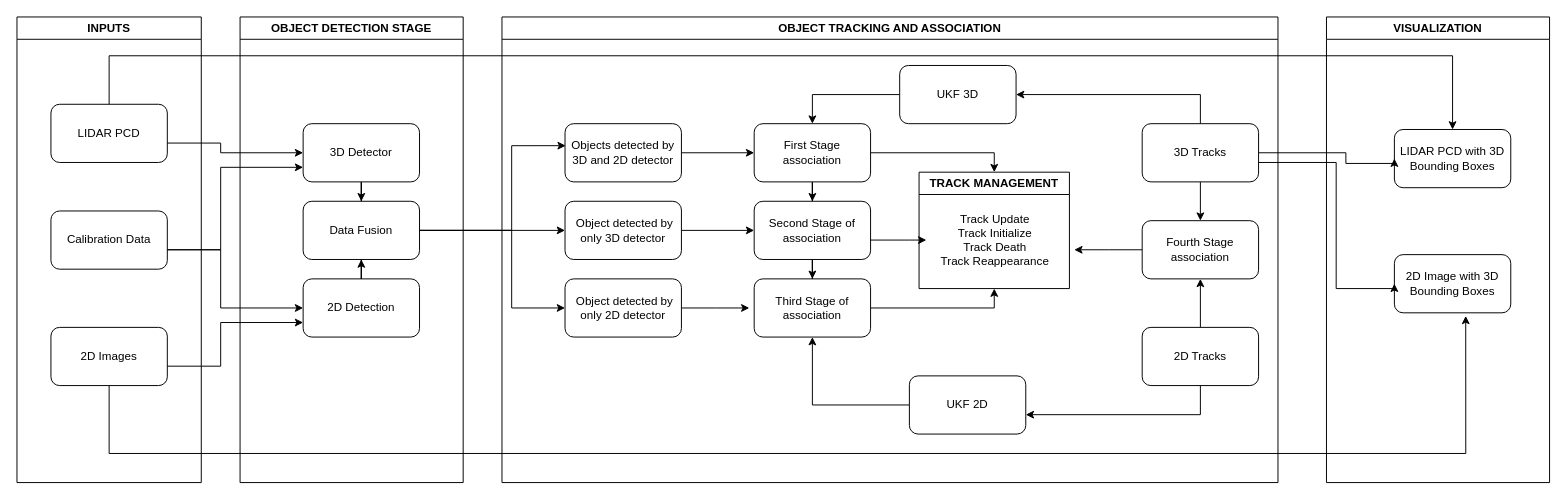
Above: Untitled Diagram.drawio in srinuSDV/jenkinsdemo (draw.io), before the change. Source tidied: cells renumbered, new cells numbered last; positions are measured from the earlier drawing's top-left corner, leaving out a move shared by most shapes. Both pictures are drawn from the tidied source at 97%, with x=0, y=0 at pixel (16, 16).
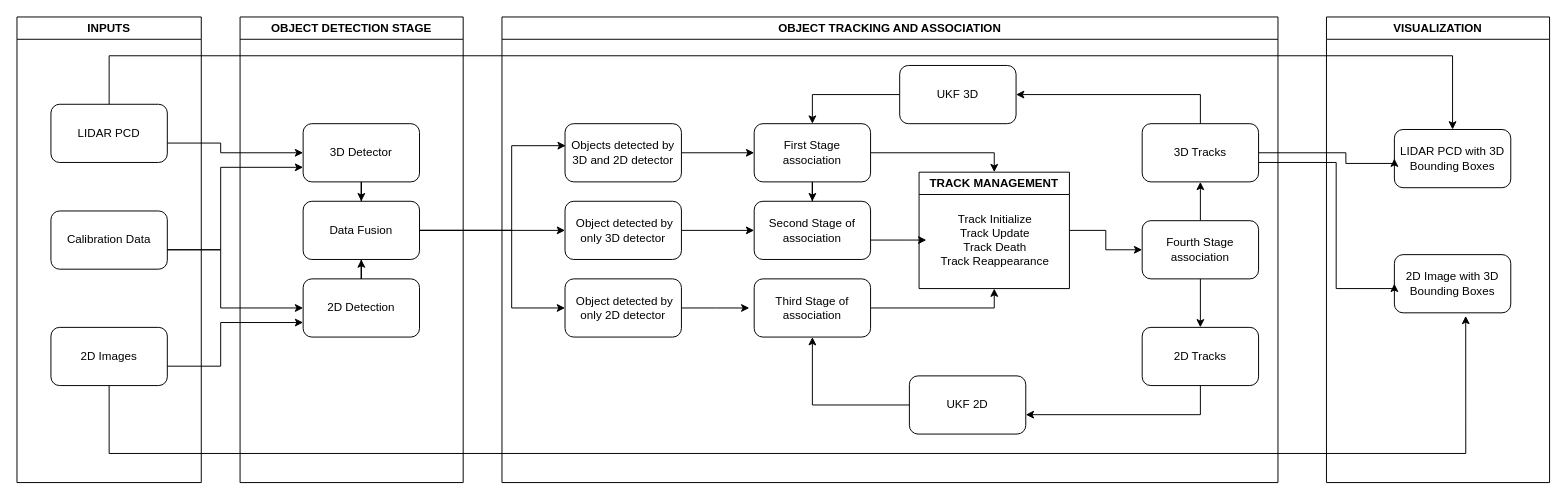
The same diagram, later.

The change refers to these unchanged cells:
```xml
<mxCell id="16" value="OBJECT TRACKING AND ASSOCIATION" style="swimlane;whiteSpace=wrap;html=1;" parent="1" vertex="1">
  <mxGeometry x="500" width="800" height="480" as="geometry" />
</mxCell>
<mxCell id="32" value="3D Tracks" style="rounded=1;whiteSpace=wrap;html=1;" parent="16" vertex="1">
  <mxGeometry x="660" y="110" width="120" height="60" as="geometry" />
</mxCell>
<mxCell id="35" value="2D Tracks" style="rounded=1;whiteSpace=wrap;html=1;" parent="16" vertex="1">
  <mxGeometry x="660" y="320" width="120" height="60" as="geometry" />
</mxCell>
<mxCell id="37" value="Second Stage of association" style="rounded=1;whiteSpace=wrap;html=1;" parent="16" vertex="1">
  <mxGeometry x="260" y="190" width="120" height="60" as="geometry" />
</mxCell>
<mxCell id="39" value="Third Stage of association" style="rounded=1;whiteSpace=wrap;html=1;" parent="16" vertex="1">
  <mxGeometry x="260" y="270" width="120" height="60" as="geometry" />
</mxCell>
<mxCell id="40" value="TRACK MANAGEMENT" style="swimlane;whiteSpace=wrap;html=1;" parent="16" vertex="1">
  <mxGeometry x="430" y="160" width="155" height="120" as="geometry" />
</mxCell>
<mxCell id="43" value="Fourth Stage association" style="rounded=1;whiteSpace=wrap;html=1;" parent="16" vertex="1">
  <mxGeometry x="660" y="210" width="120" height="60" as="geometry" />
</mxCell>
```

Change to the diagram source:
```diff
@@
-    <mxCell id="30" style="edgeStyle=orthogonalEdgeStyle;rounded=0;jettySize=auto;html=1;" parent="16" edge="1" source="32" target="43">
-      <mxGeometry relative="1" as="geometry" />
-    </mxCell>
@@
-    <mxCell id="34" style="edgeStyle=orthogonalEdgeStyle;rounded=0;jettySize=auto;html=1;" parent="16" edge="1" source="35" target="43">
-      <mxGeometry relative="1" as="geometry" />
-    </mxCell>
@@
-    <mxCell id="36" style="edgeStyle=orthogonalEdgeStyle;rounded=0;jettySize=auto;html=1;" parent="16" edge="1" source="37" target="39">
-      <mxGeometry relative="1" as="geometry" />
-    </mxCell>
@@
+    <mxCell id="55" style="edgeStyle=orthogonalEdgeStyle;rounded=0;jettySize=auto;html=1;" parent="16" edge="1" source="40" target="43">
+      <mxGeometry relative="1" as="geometry" />
+    </mxCell>
@@
-    <mxCell id="41" value="Track Update&lt;br&gt;Track Initialize&lt;br&gt;Track Death&lt;br&gt;Track Reappearance" style="text;html=1;align=center;verticalAlign=middle;points=[];strokeColor=none;fillColor=none;" parent="40" vertex="1">
+    <mxCell id="41" value="Track Initialize&lt;br&gt;Track Update&lt;br&gt;Track Death&lt;br&gt;Track Reappearance" style="text;html=1;align=center;verticalAlign=middle;points=[];strokeColor=none;fillColor=none;" parent="40" vertex="1">
       <mxGeometry x="7.5" y="35" width="140" height="70" as="geometry" />
     </mxCell>
-    <mxCell id="42" style="edgeStyle=orthogonalEdgeStyle;rounded=0;jettySize=auto;html=1;" parent="16" edge="1" source="43">
-      <mxGeometry relative="1" as="geometry">
-        <mxPoint x="590" y="240" as="targetPoint" />
-      </mxGeometry>
-    </mxCell>
+    <mxCell id="56" style="edgeStyle=orthogonalEdgeStyle;rounded=0;jettySize=auto;html=1;entryX=0.5;entryY=1;entryDx=0;entryDy=0;" parent="16" edge="1" source="43" target="32">
+      <mxGeometry relative="1" as="geometry" />
+    </mxCell>
+    <mxCell id="57" style="edgeStyle=orthogonalEdgeStyle;rounded=0;jettySize=auto;html=1;entryX=0.5;entryY=0;entryDx=0;entryDy=0;" parent="16" edge="1" source="43" target="35">
+      <mxGeometry relative="1" as="geometry" />
+    </mxCell>
```
